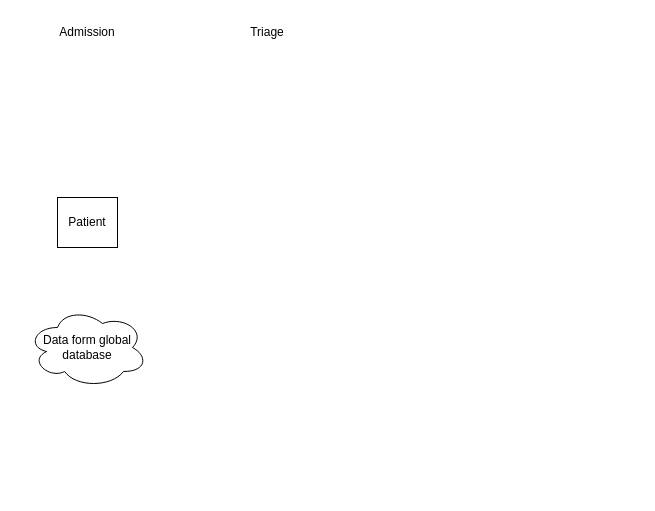
The draw.io diagram diagrams/workflow_draft01.drawio in masintxi/emgdpt_workflow, before the edit. Source tidied: cells renumbered, new cells numbered last; positions are measured from the earlier drawing's top-left corner, leaving out a move shared by most shapes. Both pictures are drawn from the tidied source at 100%, with x=0, y=0 at pixel (27, 17).
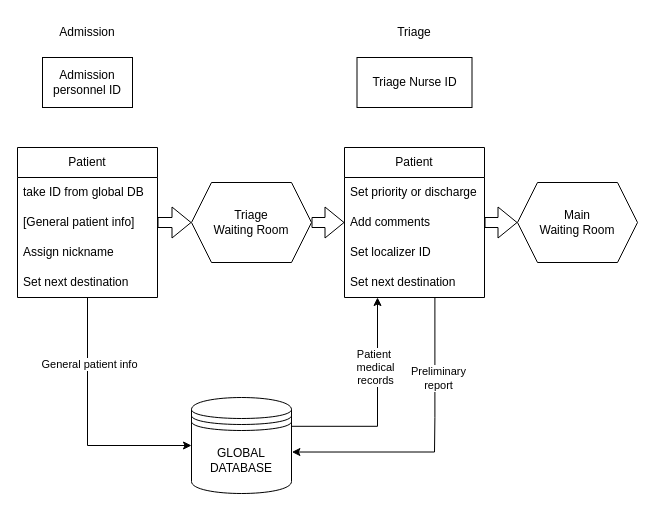
After the change.

The edit, as a diff of the source:
```diff
@@
-    <mxCell id="2" value="Patient" style="rounded=0;whiteSpace=wrap;html=1;" parent="1" vertex="1">
-      <mxGeometry x="30" y="180" width="60" height="50" as="geometry" />
+    <mxCell id="2" value="Admission personnel ID" style="rounded=0;whiteSpace=wrap;html=1;" parent="1" vertex="1">
+      <mxGeometry x="15" y="40" width="90" height="50" as="geometry" />
     </mxCell>
-    <mxCell id="3" value="Data form global database" style="ellipse;shape=cloud;whiteSpace=wrap;html=1;" parent="1" vertex="1">
-      <mxGeometry y="290" width="120" height="80" as="geometry" />
-    </mxCell>
@@
     <mxCell id="5" value="Triage" style="text;html=1;align=center;verticalAlign=middle;whiteSpace=wrap;rounded=0;" parent="1" vertex="1">
-      <mxGeometry x="200" width="80" height="30" as="geometry" />
+      <mxGeometry x="347" width="80" height="30" as="geometry" />
     </mxCell>
+    <mxCell id="6" style="edgeStyle=orthogonalEdgeStyle;rounded=0;jettySize=auto;html=1;exitX=0.5;exitY=1;exitDx=0;exitDy=0;entryX=0;entryY=0.5;entryDx=0;entryDy=0;" parent="1" edge="1" source="8" target="28">
+      <mxGeometry relative="1" as="geometry" />
+    </mxCell>
+    <mxCell id="7" value="General patient info" style="edgeLabel;html=1;align=center;verticalAlign=middle;" parent="6" vertex="1">
+      <mxGeometry x="-0.48" y="1" relative="1" as="geometry" />
+    </mxCell>
+    <mxCell id="8" value="Patient" style="swimlane;fontStyle=0;horizontal=1;startSize=30;whiteSpace=wrap;html=1;" parent="1" vertex="1">
+      <mxGeometry x="-10" y="130" width="140" height="150" as="geometry" />
+    </mxCell>
+    <mxCell id="9" value="take ID from global DB" style="text;strokeColor=none;fillColor=none;align=left;verticalAlign=middle;spacingLeft=4;spacingRight=4;overflow=hidden;whiteSpace=wrap;html=1;" parent="8" vertex="1">
+      <mxGeometry y="30" width="140" height="30" as="geometry" />
+    </mxCell>
+    <mxCell id="10" value="[General patient info]" style="text;strokeColor=none;fillColor=none;align=left;verticalAlign=middle;spacingLeft=4;spacingRight=4;overflow=hidden;points=[[0,0.5],[1,0.5]];portConstraint=eastwest;whiteSpace=wrap;html=1;" parent="8" vertex="1">
+      <mxGeometry y="60" width="140" height="30" as="geometry" />
+    </mxCell>
+    <mxCell id="11" value="Assign nickname" style="text;strokeColor=none;fillColor=none;align=left;verticalAlign=middle;spacingLeft=4;spacingRight=4;overflow=hidden;whiteSpace=wrap;html=1;" parent="8" vertex="1">
+      <mxGeometry y="90" width="140" height="30" as="geometry" />
+    </mxCell>
+    <mxCell id="12" value="Set next destination" style="text;strokeColor=none;fillColor=none;align=left;verticalAlign=middle;spacingLeft=4;spacingRight=4;overflow=hidden;whiteSpace=wrap;html=1;" parent="8" vertex="1">
+      <mxGeometry y="120" width="140" height="30" as="geometry" />
+    </mxCell>
+    <mxCell id="13" style="edgeStyle=orthogonalEdgeStyle;rounded=0;jettySize=auto;html=1;exitX=1;exitY=0.3;exitDx=0;exitDy=0;" parent="1" edge="1" source="28" target="15">
+      <mxGeometry relative="1" as="geometry">
+        <Array as="points">
+          <mxPoint x="350" y="409" />
+        </Array>
+      </mxGeometry>
+    </mxCell>
+    <mxCell id="14" value="Patient&amp;nbsp;&lt;br&gt;medical&lt;br&gt;records" style="edgeLabel;html=1;align=center;verticalAlign=middle;" parent="13" vertex="1">
+      <mxGeometry x="-0.45" y="1" relative="1" as="geometry">
+        <mxPoint x="24" y="-58" as="offset" />
+      </mxGeometry>
+    </mxCell>
+    <mxCell id="15" value="Patient" style="swimlane;fontStyle=0;horizontal=1;startSize=30;whiteSpace=wrap;html=1;" parent="1" vertex="1">
+      <mxGeometry x="317" y="130" width="140" height="150" as="geometry" />
+    </mxCell>
+    <mxCell id="16" value="Set priority or discharge" style="text;strokeColor=none;fillColor=none;align=left;verticalAlign=middle;spacingLeft=4;spacingRight=4;overflow=hidden;whiteSpace=wrap;html=1;" parent="15" vertex="1">
+      <mxGeometry y="30" width="140" height="30" as="geometry" />
+    </mxCell>
+    <mxCell id="17" value="Add comments" style="text;strokeColor=none;fillColor=none;align=left;verticalAlign=middle;spacingLeft=4;spacingRight=4;overflow=hidden;points=[[0,0.5],[1,0.5]];portConstraint=eastwest;whiteSpace=wrap;html=1;" parent="15" vertex="1">
+      <mxGeometry y="60" width="140" height="30" as="geometry" />
+    </mxCell>
+    <mxCell id="18" value="Set localizer ID" style="text;strokeColor=none;fillColor=none;align=left;verticalAlign=middle;spacingLeft=4;spacingRight=4;overflow=hidden;whiteSpace=wrap;html=1;" parent="15" vertex="1">
+      <mxGeometry y="90" width="140" height="30" as="geometry" />
+    </mxCell>
+    <mxCell id="19" value="Set next destination" style="text;strokeColor=none;fillColor=none;align=left;verticalAlign=middle;spacingLeft=4;spacingRight=4;overflow=hidden;whiteSpace=wrap;html=1;" parent="15" vertex="1">
+      <mxGeometry y="120" width="140" height="30" as="geometry" />
+    </mxCell>
+    <mxCell id="20" value="Triage Nurse ID" style="rounded=0;whiteSpace=wrap;html=1;" parent="1" vertex="1">
+      <mxGeometry x="329.5" y="40" width="115" height="50" as="geometry" />
+    </mxCell>
+    <mxCell id="21" style="edgeStyle=orthogonalEdgeStyle;rounded=0;jettySize=auto;html=1;exitX=1;exitY=0.5;exitDx=0;exitDy=0;entryX=0;entryY=0.5;entryDx=0;entryDy=0;shape=flexArrow;" parent="1" edge="1" source="22" target="17">
+      <mxGeometry relative="1" as="geometry" />
+    </mxCell>
+    <mxCell id="22" value="Triage&lt;br&gt;Waiting Room" style="shape=hexagon;perimeter=hexagonPerimeter2;whiteSpace=wrap;html=1;fixedSize=1;" parent="1" vertex="1">
+      <mxGeometry x="164" y="165" width="120" height="80" as="geometry" />
+    </mxCell>
+    <mxCell id="23" style="edgeStyle=orthogonalEdgeStyle;rounded=0;jettySize=auto;html=1;exitX=1;exitY=0.5;exitDx=0;exitDy=0;entryX=0;entryY=0.5;entryDx=0;entryDy=0;shape=flexArrow;" parent="1" edge="1" source="10" target="22">
+      <mxGeometry relative="1" as="geometry" />
+    </mxCell>
+    <mxCell id="24" value="Main&lt;br&gt;Waiting Room" style="shape=hexagon;perimeter=hexagonPerimeter2;whiteSpace=wrap;html=1;fixedSize=1;" parent="1" vertex="1">
+      <mxGeometry x="490" y="165" width="120" height="80" as="geometry" />
+    </mxCell>
+    <mxCell id="25" style="edgeStyle=orthogonalEdgeStyle;rounded=0;jettySize=auto;html=1;exitX=1;exitY=0.5;exitDx=0;exitDy=0;entryX=0;entryY=0.5;entryDx=0;entryDy=0;shape=flexArrow;" parent="1" edge="1" source="17" target="24">
+      <mxGeometry relative="1" as="geometry" />
+    </mxCell>
+    <mxCell id="26" style="edgeStyle=orthogonalEdgeStyle;rounded=0;jettySize=auto;html=1;exitX=0.596;exitY=1.032;exitDx=0;exitDy=0;exitPerimeter=0;entryX=1.004;entryY=0.568;entryDx=0;entryDy=0;entryPerimeter=0;" parent="1" edge="1" target="28">
+      <mxGeometry relative="1" as="geometry">
+        <mxPoint x="407.4" y="280" as="sourcePoint" />
+        <Array as="points">
+          <mxPoint x="407" y="400" />
+          <mxPoint x="407" y="434" />
+        </Array>
+      </mxGeometry>
+    </mxCell>
+    <mxCell id="27" value="Preliminary&lt;br&gt;report" style="edgeLabel;html=1;align=center;verticalAlign=middle;" parent="26" vertex="1">
+      <mxGeometry x="0.24" y="-1" relative="1" as="geometry">
+        <mxPoint x="33" y="-73" as="offset" />
+      </mxGeometry>
+    </mxCell>
+    <mxCell id="28" value="GLOBAL DATABASE" style="shape=datastore;whiteSpace=wrap;html=1;" parent="1" vertex="1">
+      <mxGeometry x="164" y="380" width="100" height="96" as="geometry" />
+    </mxCell>
```
